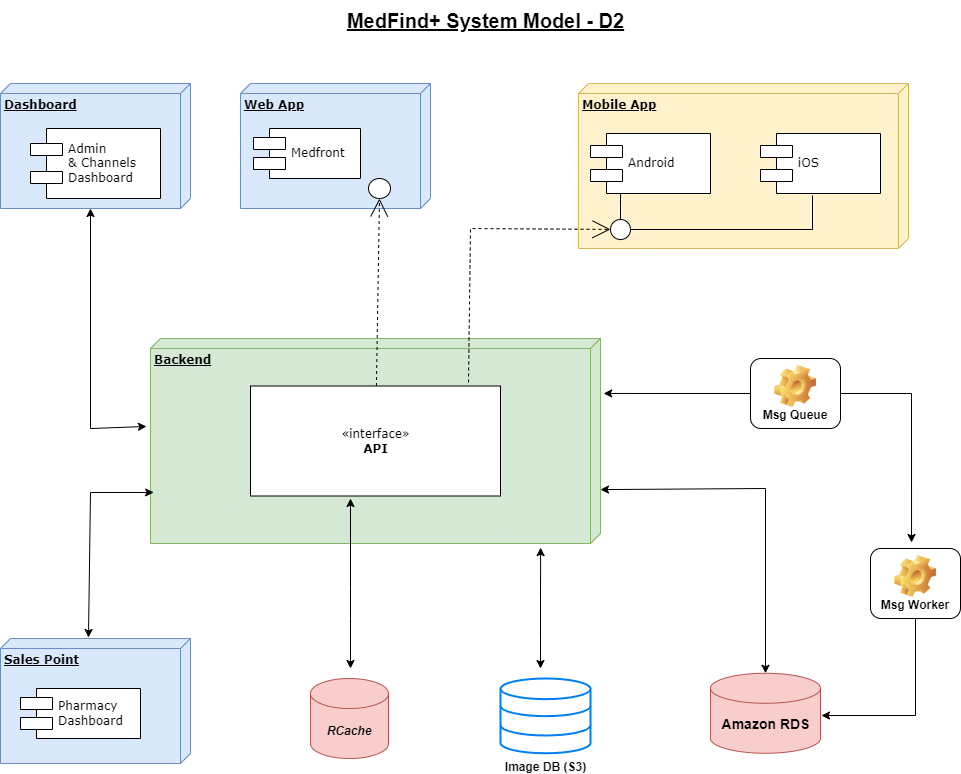
Above: MedFind-D2.drawio.png in cephydex/archdiags (draw.io), before the change. Source tidied: cells renumbered, new cells last; positions are measured from the earlier drawing's top-left corner, leaving out a move shared by most shapes.
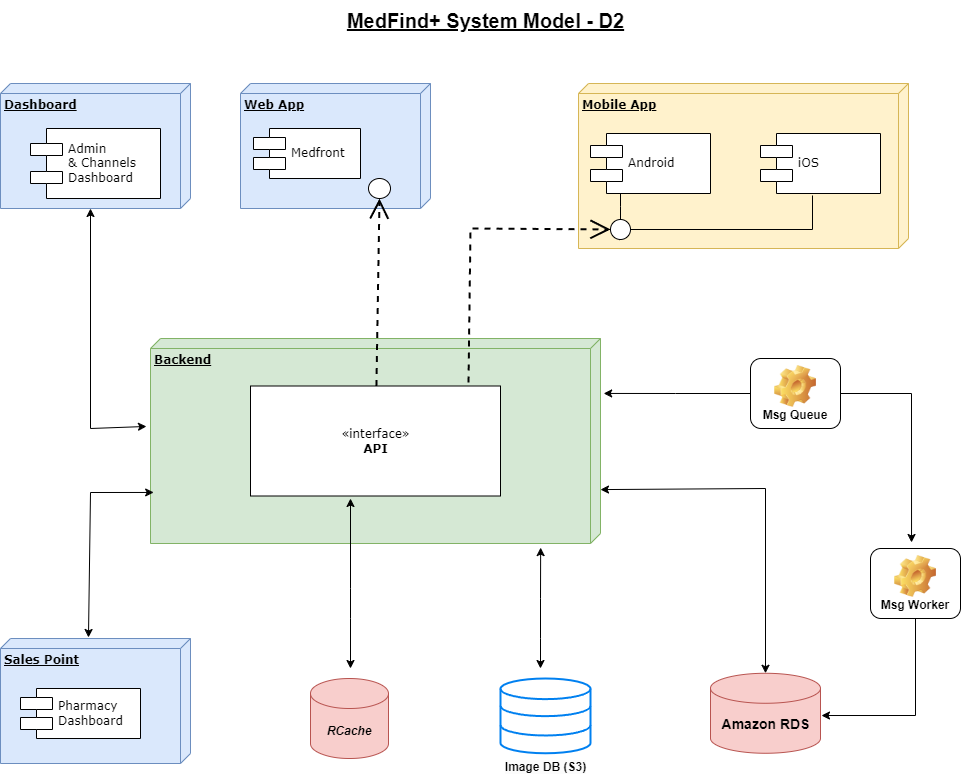
Above is the later version.

Change to the diagram source:
```diff
@@ -20,10 +20,10 @@
     <mxCell id="7" value="Android" style="shape=component;align=left;spacingLeft=36;rounded=0;shadow=0;comic=0;labelBackgroundColor=none;strokeWidth=1;fontFamily=Verdana;fontSize=12;html=1;" parent="1" vertex="1">
       <mxGeometry x="590" y="133" width="120" height="60" as="geometry" />
     </mxCell>
-    <mxCell id="8" style="edgeStyle=none;rounded=0;html=1;dashed=1;labelBackgroundColor=none;startArrow=none;startFill=0;startSize=8;endArrow=open;endFill=0;endSize=16;fontFamily=Verdana;fontSize=12;entryX=0.5;entryY=1;entryDx=0;entryDy=0;" parent="1" edge="1" source="13" target="6">
+    <mxCell id="8" style="edgeStyle=none;rounded=0;html=1;dashed=1;labelBackgroundColor=none;startArrow=none;startFill=0;startSize=8;endArrow=open;endFill=0;endSize=16;fontFamily=Verdana;fontSize=12;entryX=0.5;entryY=1;entryDx=0;entryDy=0;strokeWidth=2;" parent="1" edge="1" source="13" target="6">
       <mxGeometry relative="1" as="geometry" />
     </mxCell>
-    <mxCell id="9" style="edgeStyle=none;rounded=0;html=1;dashed=1;labelBackgroundColor=none;startArrow=none;startFill=0;startSize=8;endArrow=open;endFill=0;endSize=16;fontFamily=Verdana;fontSize=12;exitX=0.872;exitY=-0.032;exitDx=0;exitDy=0;exitPerimeter=0;" parent="1" edge="1" source="13" target="17">
+    <mxCell id="9" style="edgeStyle=none;rounded=0;html=1;dashed=1;labelBackgroundColor=none;startArrow=none;startFill=0;startSize=8;endArrow=open;endFill=0;endSize=16;fontFamily=Verdana;fontSize=12;exitX=0.872;exitY=-0.032;exitDx=0;exitDy=0;exitPerimeter=0;strokeWidth=2;" parent="1" edge="1" source="13" target="17">
       <mxGeometry relative="1" as="geometry">
         <Array as="points">
           <mxPoint x="470" y="228" />
```
